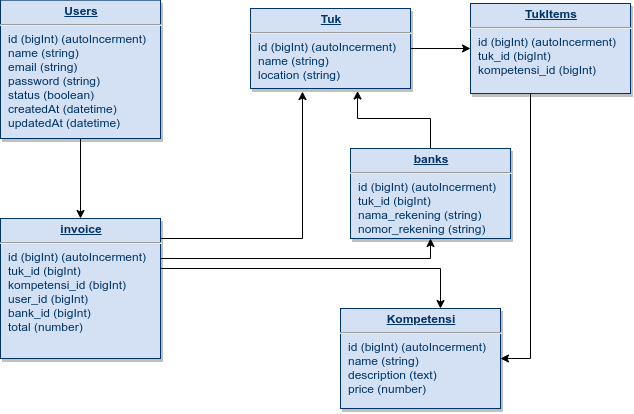
Earlier version of the draw.io export db.png (awankelana/vip-db). Source tidied: cells renumbered, new cells last; positions are measured from the earlier drawing's top-left corner, leaving out a move shared by most shapes. Its diagram source:
```xml
<mxGraphModel background="#ffffff">
  <root>
    <mxCell id="0" />
    <mxCell id="1" parent="0" />
    <mxCell id="2" style="edgeStyle=orthogonalEdgeStyle;rounded=0;jettySize=auto;html=1;entryX=0;entryY=0.5;entryDx=0;entryDy=0;" parent="1" edge="1" source="3" target="12">
      <mxGeometry relative="1" as="geometry" />
    </mxCell>
    <mxCell id="3" value="&lt;p style=&quot;margin: 0px ; margin-top: 4px ; text-align: center ; text-decoration: underline&quot;&gt;&lt;b&gt;Tuk&lt;/b&gt;&lt;/p&gt;&lt;hr&gt;&lt;p style=&quot;margin: 0px ; margin-left: 8px&quot;&gt;id (bigInt) (autoIncerment)&lt;br&gt;&lt;/p&gt;&lt;p style=&quot;margin: 0px ; margin-left: 8px&quot;&gt;name (string)&lt;/p&gt;&lt;p style=&quot;margin: 0px ; margin-left: 8px&quot;&gt;location (string)&lt;/p&gt;" style="verticalAlign=top;align=left;overflow=fill;fontSize=12;fontFamily=Helvetica;html=1;strokeColor=#003366;shadow=1;fillColor=#D4E1F5;fontColor=#003366;" parent="1" vertex="1">
      <mxGeometry x="250" y="8" width="160" height="80" as="geometry" />
    </mxCell>
    <mxCell id="4" style="edgeStyle=orthogonalEdgeStyle;rounded=0;jettySize=auto;html=1;entryX=0.325;entryY=1.038;entryDx=0;entryDy=0;entryPerimeter=0;" parent="1" edge="1" source="7" target="3">
      <mxGeometry relative="1" as="geometry">
        <Array as="points">
          <mxPoint x="80" y="238" />
          <mxPoint x="302" y="238" />
        </Array>
      </mxGeometry>
    </mxCell>
    <mxCell id="5" style="edgeStyle=orthogonalEdgeStyle;rounded=0;jettySize=auto;html=1;" parent="1" edge="1" source="7" target="14">
      <mxGeometry relative="1" as="geometry">
        <Array as="points">
          <mxPoint x="430" y="258" />
        </Array>
      </mxGeometry>
    </mxCell>
    <mxCell id="6" style="edgeStyle=orthogonalEdgeStyle;rounded=0;jettySize=auto;html=1;" parent="1" edge="1" source="7" target="8">
      <mxGeometry relative="1" as="geometry">
        <Array as="points">
          <mxPoint x="440" y="268" />
        </Array>
      </mxGeometry>
    </mxCell>
    <mxCell id="7" value="&lt;p style=&quot;margin: 0px ; margin-top: 4px ; text-align: center ; text-decoration: underline&quot;&gt;&lt;b&gt;invoice&lt;/b&gt;&lt;/p&gt;&lt;hr&gt;&lt;p style=&quot;margin: 0px ; margin-left: 8px&quot;&gt;id (bigInt) (autoI&lt;span&gt;ncerment)&lt;/span&gt;&lt;/p&gt;&lt;p style=&quot;margin: 0px ; margin-left: 8px&quot;&gt;tuk_id (bigInt)&lt;/p&gt;&lt;p style=&quot;margin: 0px ; margin-left: 8px&quot;&gt;kompetensi_id (bigInt)&lt;/p&gt;&lt;p style=&quot;margin: 0px ; margin-left: 8px&quot;&gt;user_id (bigInt)&lt;/p&gt;&lt;p style=&quot;margin: 0px ; margin-left: 8px&quot;&gt;bank_id (bigInt)&lt;/p&gt;&lt;p style=&quot;margin: 0px ; margin-left: 8px&quot;&gt;total (number)&lt;/p&gt;" style="verticalAlign=top;align=left;overflow=fill;fontSize=12;fontFamily=Helvetica;html=1;strokeColor=#003366;shadow=1;fillColor=#D4E1F5;fontColor=#003366;" parent="1" vertex="1">
      <mxGeometry y="218" width="160" height="140" as="geometry" />
    </mxCell>
    <mxCell id="8" value="&lt;p style=&quot;margin: 0px ; margin-top: 4px ; text-align: center ; text-decoration: underline&quot;&gt;&lt;strong&gt;Kompetensi&lt;/strong&gt;&lt;/p&gt;&lt;hr&gt;&lt;p style=&quot;margin: 0px ; margin-left: 8px&quot;&gt;id (bigInt) (autoIncerment)&amp;nbsp;&lt;/p&gt;&lt;p style=&quot;margin: 0px ; margin-left: 8px&quot;&gt;name (string)&lt;/p&gt;&lt;p style=&quot;margin: 0px ; margin-left: 8px&quot;&gt;description (text)&lt;/p&gt;&lt;p style=&quot;margin: 0px ; margin-left: 8px&quot;&gt;price (number)&lt;/p&gt;&lt;p style=&quot;margin: 0px ; margin-left: 8px&quot;&gt;&lt;br&gt;&lt;/p&gt;" style="verticalAlign=top;align=left;overflow=fill;fontSize=12;fontFamily=Helvetica;html=1;strokeColor=#003366;shadow=1;fillColor=#D4E1F5;fontColor=#003366;" parent="1" vertex="1">
      <mxGeometry x="340" y="308" width="160" height="100" as="geometry" />
    </mxCell>
    <mxCell id="9" style="edgeStyle=orthogonalEdgeStyle;rounded=0;jettySize=auto;html=1;entryX=0.5;entryY=0;entryDx=0;entryDy=0;" parent="1" edge="1" source="10" target="7">
      <mxGeometry relative="1" as="geometry" />
    </mxCell>
    <mxCell id="10" value="&lt;p style=&quot;margin: 0px ; margin-top: 4px ; text-align: center ; text-decoration: underline&quot;&gt;&lt;strong&gt;Users&lt;/strong&gt;&lt;/p&gt;&lt;hr&gt;&lt;p style=&quot;margin: 0px ; margin-left: 8px&quot;&gt;id (bigInt) (autoIncerment)&lt;/p&gt;&lt;p style=&quot;margin: 0px ; margin-left: 8px&quot;&gt;name (string)&lt;/p&gt;&lt;p style=&quot;margin: 0px ; margin-left: 8px&quot;&gt;email (string)&lt;/p&gt;&lt;p style=&quot;margin: 0px ; margin-left: 8px&quot;&gt;password (string)&lt;/p&gt;&lt;p style=&quot;margin: 0px ; margin-left: 8px&quot;&gt;status (boolean)&lt;/p&gt;&lt;p style=&quot;margin: 0px ; margin-left: 8px&quot;&gt;createdAt (datetime)&lt;/p&gt;&lt;p style=&quot;margin: 0px ; margin-left: 8px&quot;&gt;updatedAt (datetime)&lt;/p&gt;" style="verticalAlign=top;align=left;overflow=fill;fontSize=12;fontFamily=Helvetica;html=1;strokeColor=#003366;shadow=1;fillColor=#D4E1F5;fontColor=#003366;" parent="1" vertex="1">
      <mxGeometry y="-0.4" width="160" height="138.4" as="geometry" />
    </mxCell>
    <mxCell id="11" style="edgeStyle=orthogonalEdgeStyle;rounded=0;jettySize=auto;html=1;" parent="1" edge="1" source="12" target="8">
      <mxGeometry relative="1" as="geometry">
        <Array as="points">
          <mxPoint x="530" y="358" />
        </Array>
      </mxGeometry>
    </mxCell>
    <mxCell id="12" value="&lt;p style=&quot;margin: 0px ; margin-top: 4px ; text-align: center ; text-decoration: underline&quot;&gt;&lt;b&gt;TukItems&lt;/b&gt;&lt;/p&gt;&lt;hr&gt;&lt;p style=&quot;margin: 0px ; margin-left: 8px&quot;&gt;id (bigInt) (autoIncerment)&lt;/p&gt;&lt;p style=&quot;margin: 0px ; margin-left: 8px&quot;&gt;tuk_id (bigInt)&lt;/p&gt;&lt;p style=&quot;margin: 0px ; margin-left: 8px&quot;&gt;kompetensi_id (bigInt)&lt;/p&gt;" style="verticalAlign=top;align=left;overflow=fill;fontSize=12;fontFamily=Helvetica;html=1;strokeColor=#003366;shadow=1;fillColor=#D4E1F5;fontColor=#003366;" parent="1" vertex="1">
      <mxGeometry x="470" y="3" width="160" height="90" as="geometry" />
    </mxCell>
    <mxCell id="13" style="edgeStyle=orthogonalEdgeStyle;rounded=0;jettySize=auto;html=1;entryX=0.669;entryY=1.031;entryDx=0;entryDy=0;entryPerimeter=0;" parent="1" edge="1" source="14" target="3">
      <mxGeometry relative="1" as="geometry" />
    </mxCell>
    <mxCell id="14" value="&lt;p style=&quot;margin: 0px ; margin-top: 4px ; text-align: center ; text-decoration: underline&quot;&gt;&lt;b&gt;banks&lt;/b&gt;&lt;/p&gt;&lt;hr&gt;&lt;p style=&quot;margin: 0px ; margin-left: 8px&quot;&gt;id (bigInt) (autoIncerment)&lt;/p&gt;&lt;p style=&quot;margin: 0px ; margin-left: 8px&quot;&gt;tuk_id (bigInt)&lt;/p&gt;&lt;p style=&quot;margin: 0px ; margin-left: 8px&quot;&gt;nama_rekening (string)&lt;/p&gt;&lt;p style=&quot;margin: 0px ; margin-left: 8px&quot;&gt;nomor_rekening (string)&lt;/p&gt;" style="verticalAlign=top;align=left;overflow=fill;fontSize=12;fontFamily=Helvetica;html=1;strokeColor=#003366;shadow=1;fillColor=#D4E1F5;fontColor=#003366;" parent="1" vertex="1">
      <mxGeometry x="350" y="148" width="160" height="90" as="geometry" />
    </mxCell>
  </root>
</mxGraphModel>
```
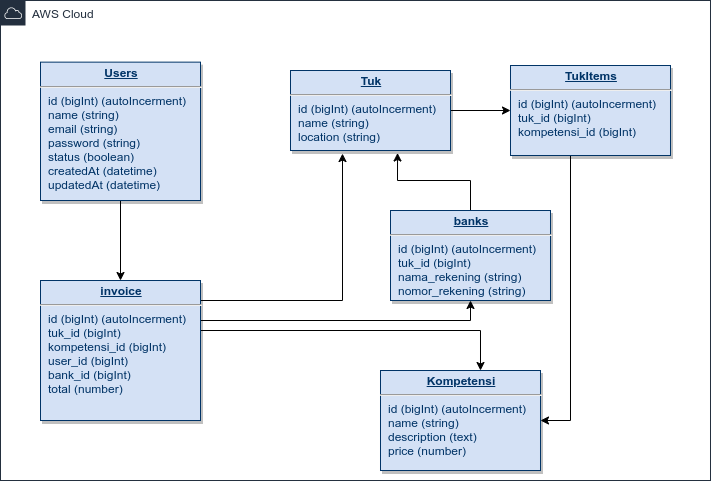
Later version of the same file.

Change to the diagram source:
```diff
@@ -2,6 +2,9 @@
   <root>
     <mxCell id="0" />
     <mxCell id="1" parent="0" />
+    <mxCell id="15" value="AWS Cloud" style="gradientColor=none;html=1;whiteSpace=wrap;fontSize=12;fontStyle=0;shape=mxgraph.aws4.group;grIcon=mxgraph.aws4.group_aws_cloud;strokeColor=#232F3E;fillColor=none;verticalAlign=top;align=left;spacingLeft=30;fontColor=#232F3E;dashed=0;" parent="1" vertex="1">
+      <mxGeometry x="-40" y="-62" width="710" height="480" as="geometry" />
+    </mxCell>
     <mxCell id="2" style="edgeStyle=orthogonalEdgeStyle;rounded=0;jettySize=auto;html=1;entryX=0;entryY=0.5;entryDx=0;entryDy=0;" parent="1" edge="1" source="3" target="12">
       <mxGeometry relative="1" as="geometry" />
     </mxCell>
```
